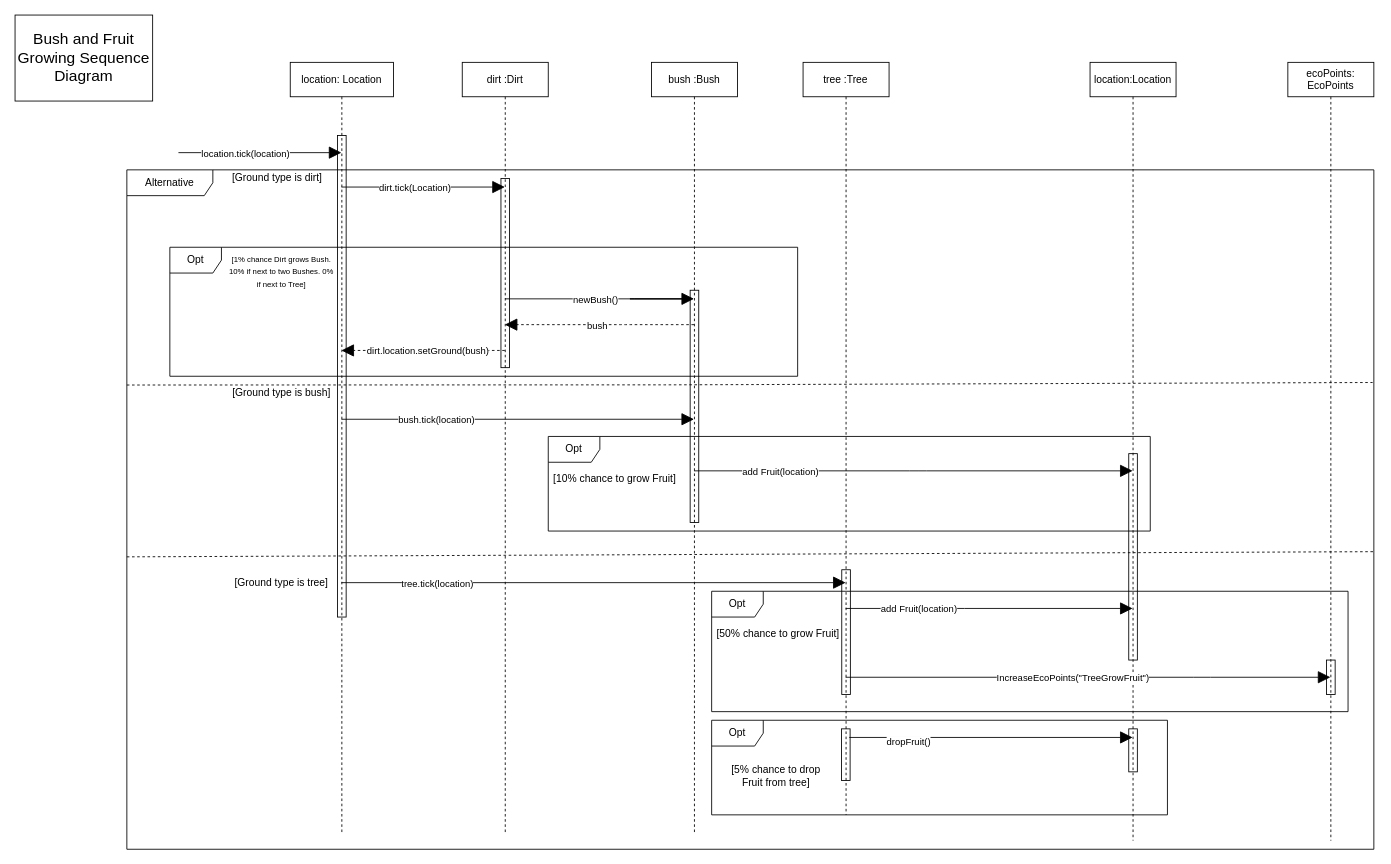
Before: Assignment 2 diagrams/diagram_src/seq/PlantGrowth.drawio in Dax246/FIT2099, a draw.io diagram. Source tidied: cells renumbered, new cells numbered last; positions are measured from the earlier drawing's top-left corner, leaving out a move shared by most shapes. Both pictures are drawn from the tidied source at 86%, with x=0, y=0 at pixel (15, 15).
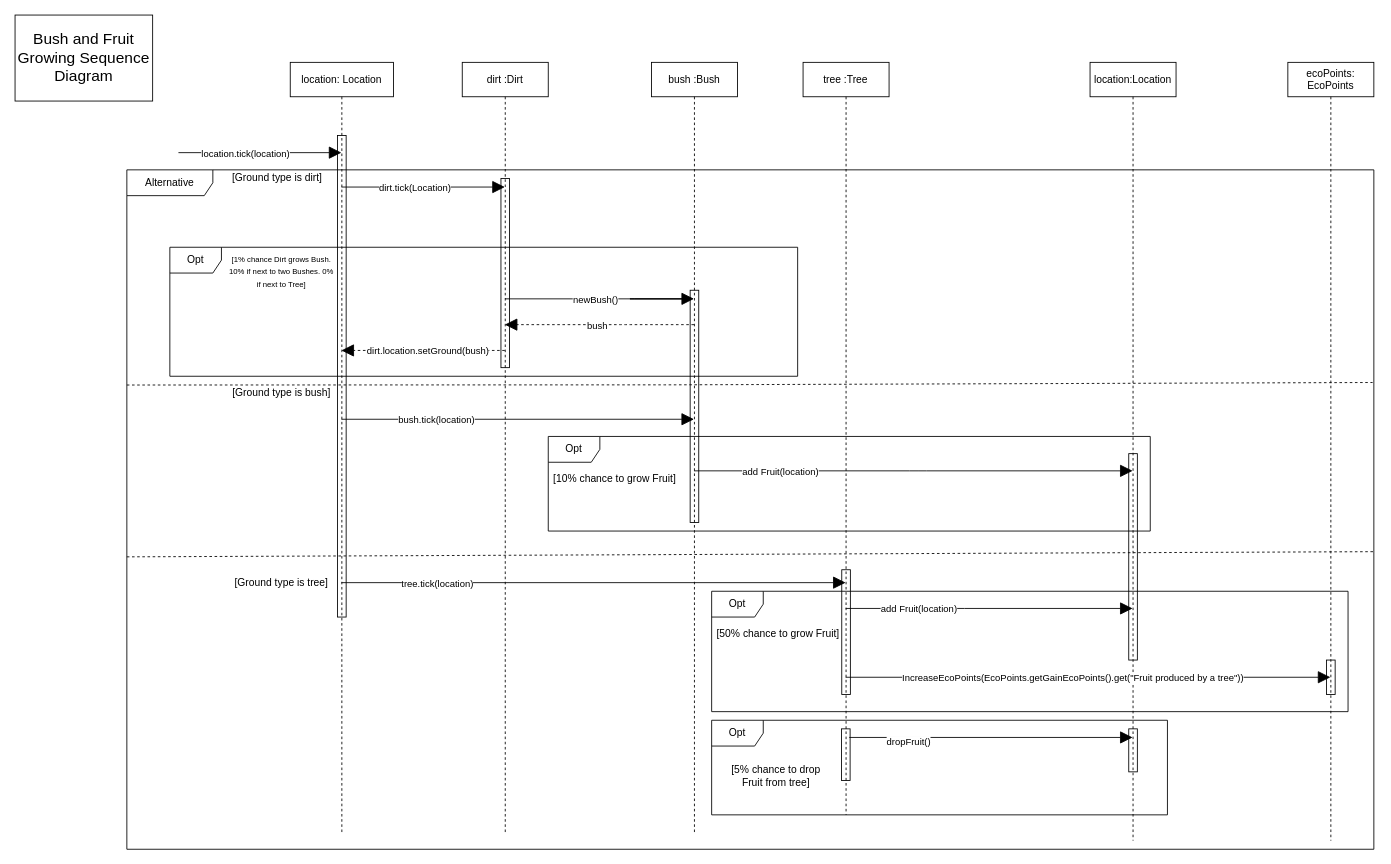
After the change.

Unchanged cells that the change refers to:
```xml
<mxCell id="44" style="endArrow=block;endFill=1;endSize=12;html=1;snapToPoint=1;" parent="1" edge="1" source="22" target="36">
  <mxGeometry relative="1" as="geometry">
    <Array as="points">
      <mxPoint x="1380" y="770" />
    </Array>
  </mxGeometry>
</mxCell>
```

The edit, as a diff of the source:
```diff
@@
-    <mxCell id="45" value="IncreaseEcoPoints(&quot;TreeGrowFruit&quot;)" style="edgeLabel;html=1;align=center;verticalAlign=middle;" parent="44" vertex="1">
+    <mxCell id="45" value="IncreaseEcoPoints(EcoPoints.getGainEcoPoints().get(&quot;Fruit produced by a tree&quot;))" style="edgeLabel;html=1;align=center;verticalAlign=middle;" parent="44" vertex="1">
       <mxGeometry x="-0.08" y="-3" relative="1" as="geometry">
         <mxPoint x="5" y="-3" as="offset" />
       </mxGeometry>
     </mxCell>
```
